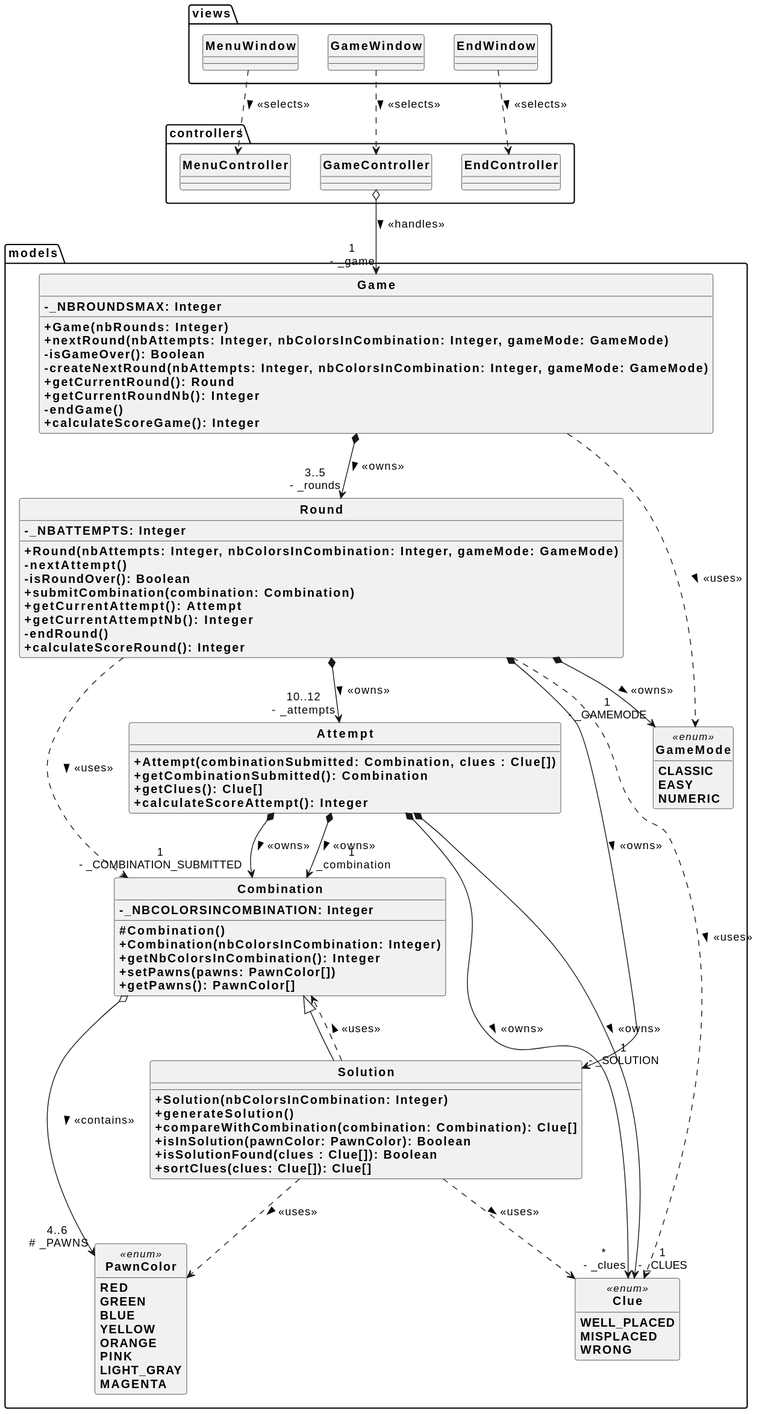
Robin3711/java-mastermind keeps this PlantUML diagram as masterMindFirstDiag.svg. Above is the earlier version. The source it was exported from:
```plantuml
@startuml
skinparam style strictuml
skinparam classAttributeIconSize 0
skinparam classFontStyle Bold
hide enum methods
hide interface attributes

package views {
    class MenuWindow {}
    class GameWindow {}
    class EndWindow {}
}

package controllers {
    class MenuController {}
    class GameController {}
    class EndController {}
}

package models {
    class Game {
        - _NBROUNDSMAX: Integer
        + Game(nbRounds: Integer)
        + nextRound(nbAttempts: Integer, nbColorsInCombination: Integer, gameMode: GameMode)
        - isGameOver(): Boolean
        - createNextRound(nbAttempts: Integer, nbColorsInCombination: Integer, gameMode: GameMode)
        + getCurrentRound(): Round
        + getCurrentRoundNb(): Integer
        - endGame()
        + calculateScoreGame(): Integer
    }
    class Round {
        - _NBATTEMPTS: Integer
        + Round(nbAttempts: Integer, nbColorsInCombination: Integer, gameMode: GameMode)
        - nextAttempt()
        - isRoundOver(): Boolean
        + submitCombination(combination: Combination)
        + getCurrentAttempt(): Attempt
        + getCurrentAttemptNb(): Integer
        - endRound()
        + calculateScoreRound(): Integer
    }
    class Combination {
        - _NBCOLORSINCOMBINATION: Integer
        # Combination()
        + Combination(nbColorsInCombination: Integer)
        + getNbColorsInCombination(): Integer
        + setPawns(pawns: PawnColor[])
        + getPawns(): PawnColor[]
    }
    class Solution extends Combination {
        + Solution(nbColorsInCombination: Integer)
        + generateSolution()
        + compareWithCombination(combination: Combination): Clue[]
        + isInSolution(pawnColor: PawnColor): Boolean
        + isSolutionFound(clues : Clue[]): Boolean
        + sortClues(clues: Clue[]): Clue[]
    }
    class Attempt {
        + Attempt(combinationSubmitted: Combination, clues : Clue[])
        + getCombinationSubmitted(): Combination
        + getClues(): Clue[]
        + calculateScoreAttempt(): Integer
    }

    enum PawnColor <<enum>> {
        RED
        GREEN
        BLUE
        YELLOW
        ORANGE
        PINK
        LIGHT_GRAY
        MAGENTA
    }
    enum GameMode <<enum>> {
        CLASSIC
        EASY
        NUMERIC
    }
    enum Clue <<enum>> {
        WELL_PLACED
        MISPLACED
        WRONG
    }
}



MenuWindow ..> MenuController : > <<selects>>

GameWindow ..> GameController : > <<selects>>

EndWindow ..> EndController : > <<selects>>


GameController o--> "1\n- _game" Game : > <<handles>>


Game *--> "3..5\n- _rounds" Round : > <<owns>>
Game ..> GameMode : > <<uses>>

Round *--> "1\n- _SOLUTION" Solution : > <<owns>>
Round *--> "10..12\n- _attempts" Attempt : > <<owns>>
Round *--> "1\n- _GAMEMODE" GameMode : > <<owns>>
Round ..> Combination : > <<uses>>
Round ..> Clue : > <<uses>>

Combination o--> "4..6\n # _PAWNS" PawnColor : > <<contains>>

Solution ..> PawnColor : > <<uses>>
Solution ..> Clue : > <<uses>>
Solution ..> Combination : > <<uses>>

Attempt *--> "*\n- _clues" Clue : > <<owns>>
Attempt *--> "1\n _combination" Combination : > <<owns>>

Attempt *--> "1\n- _COMBINATION_SUBMITTED" Combination : > <<owns>>
Attempt *--> "1\n- _CLUES" Clue : > <<owns>>
@enduml
```
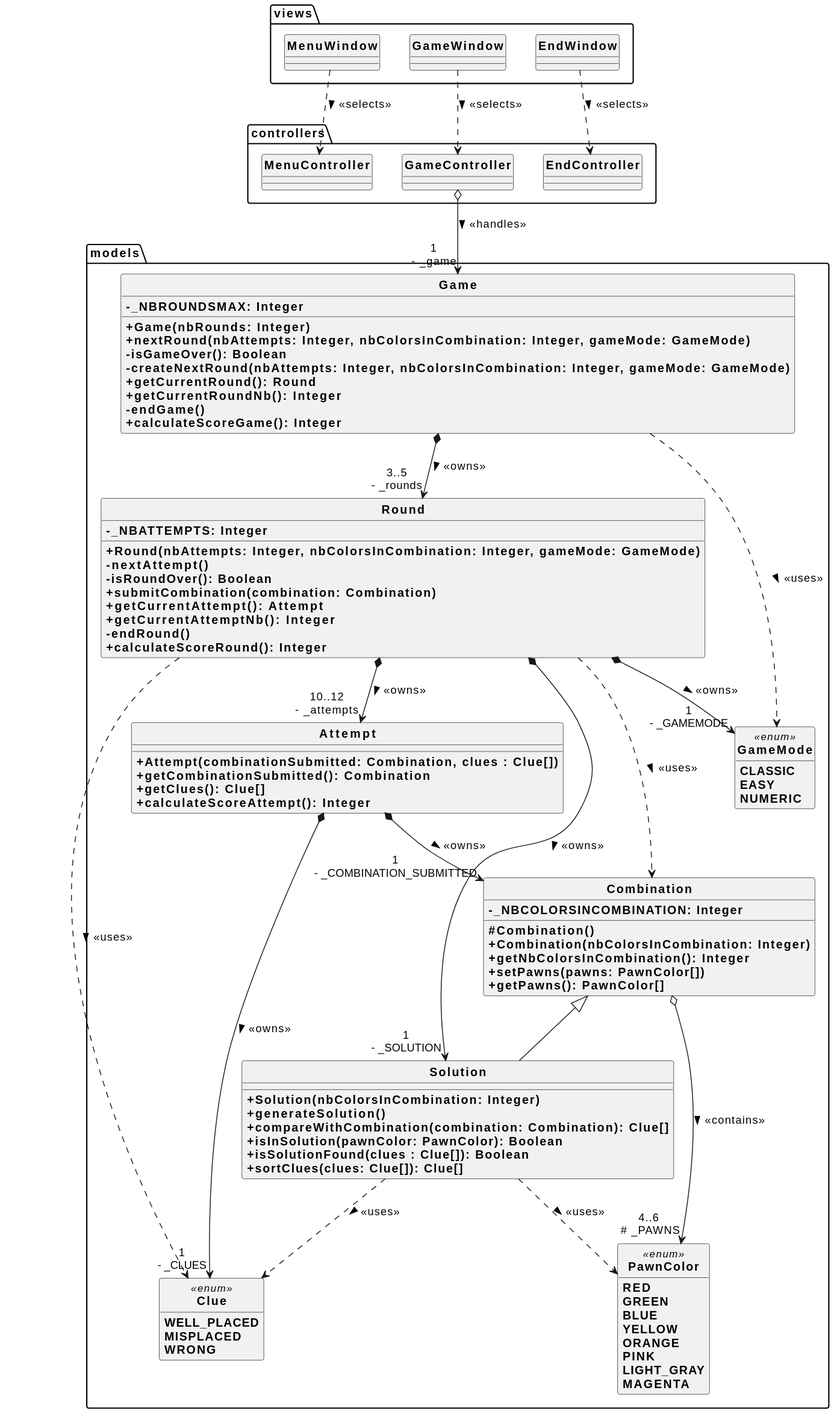
The same file after the commit.

Diff of the diagram source:
```diff
@@ -110,10 +110,6 @@
 
 Solution ..> PawnColor : > <<uses>>
 Solution ..> Clue : > <<uses>>
-Solution ..> Combination : > <<uses>>
-
-Attempt *--> "*\n- _clues" Clue : > <<owns>>
-Attempt *--> "1\n _combination" Combination : > <<owns>>
 
 Attempt *--> "1\n- _COMBINATION_SUBMITTED" Combination : > <<owns>>
 Attempt *--> "1\n- _CLUES" Clue : > <<owns>>
```
